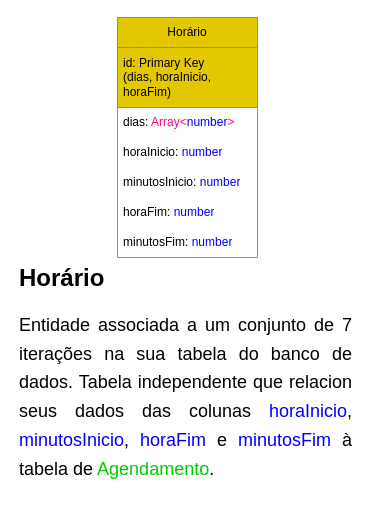
Earlier version of the draw.io diagram page "Horário" (4 of 7) of documentação/ideias/diagrama_de_projeto.drawio (Creath-Noite-A/Agendamento-Documentacao). Source tidied: cells renumbered, new cells numbered last; positions are measured from the earlier drawing's top-left corner, leaving out a move shared by most shapes. Both pictures are drawn from the tidied source at 100%, with x=0, y=0 at pixel (17, 17).
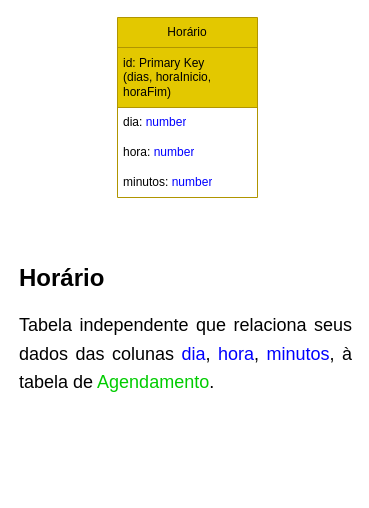
Above is the later version.

Diff of the diagram source:
```diff
@@
 <mxGraphModel>
   <root>
     <mxCell id="0" />
     <mxCell id="1" parent="0" />
     <mxCell id="2" value="Horário" style="swimlane;fontStyle=0;horizontal=1;startSize=30;whiteSpace=wrap;html=1;fillColor=#e3c800;strokeColor=#B09500;fontColor=#000000;" parent="1" vertex="1">
-      <mxGeometry x="100" width="140" height="240" as="geometry" />
+      <mxGeometry x="100" width="140" height="180" as="geometry" />
     </mxCell>
     <mxCell id="3" value="id: Primary Key (&lt;font&gt;dias&lt;/font&gt;,&amp;nbsp;&lt;font&gt;horaInicio, horaFim)&lt;/font&gt;" style="text;strokeColor=#B09500;fillColor=#e3c800;align=left;verticalAlign=middle;spacingLeft=4;spacingRight=4;overflow=hidden;whiteSpace=wrap;html=1;fontColor=#000000;" parent="2" vertex="1">
       <mxGeometry y="30" width="140" height="60" as="geometry" />
     </mxCell>
-    <mxCell id="4" value="dias: &lt;font color=&quot;#ff0080&quot;&gt;Array&amp;lt;&lt;/font&gt;&lt;font color=&quot;#0000ff&quot;&gt;number&lt;/font&gt;&lt;font color=&quot;#ff0080&quot;&gt;&amp;gt;&lt;/font&gt;" style="text;strokeColor=none;fillColor=none;align=left;verticalAlign=middle;spacingLeft=4;spacingRight=4;overflow=hidden;whiteSpace=wrap;html=1;" parent="2" vertex="1">
+    <mxCell id="4" value="dia: &lt;font color=&quot;#0000ff&quot;&gt;number&lt;/font&gt;" style="text;strokeColor=none;fillColor=none;align=left;verticalAlign=middle;spacingLeft=4;spacingRight=4;overflow=hidden;whiteSpace=wrap;html=1;" parent="2" vertex="1">
       <mxGeometry y="90" width="140" height="30" as="geometry" />
     </mxCell>
-    <mxCell id="5" value="horaInicio: &lt;font color=&quot;#0000ff&quot;&gt;number&lt;/font&gt;" style="text;strokeColor=none;fillColor=none;align=left;verticalAlign=middle;spacingLeft=4;spacingRight=4;overflow=hidden;whiteSpace=wrap;html=1;" parent="2" vertex="1">
+    <mxCell id="5" value="hora: &lt;font color=&quot;#0000ff&quot;&gt;number&lt;/font&gt;" style="text;strokeColor=none;fillColor=none;align=left;verticalAlign=middle;spacingLeft=4;spacingRight=4;overflow=hidden;whiteSpace=wrap;html=1;" parent="2" vertex="1">
       <mxGeometry y="120" width="140" height="30" as="geometry" />
     </mxCell>
-    <mxCell id="6" value="minutosInicio: &lt;font color=&quot;#0000ff&quot;&gt;number&lt;/font&gt;" style="text;strokeColor=none;fillColor=none;align=left;verticalAlign=middle;spacingLeft=4;spacingRight=4;overflow=hidden;whiteSpace=wrap;html=1;" parent="2" vertex="1">
-      <mxGeometry y="150" width="140" height="30" as="geometry" />
-    </mxCell>
-    <mxCell id="7" value="horaFim:&amp;nbsp;&lt;span style=&quot;color: rgb(0, 0, 255);&quot;&gt;number&lt;/span&gt;" style="text;strokeColor=none;fillColor=none;align=left;verticalAlign=middle;spacingLeft=4;spacingRight=4;overflow=hidden;whiteSpace=wrap;html=1;" parent="2" vertex="1">
-      <mxGeometry y="180" width="140" height="30" as="geometry" />
-    </mxCell>
-    <mxCell id="8" value="minutosFim:&amp;nbsp;&lt;span style=&quot;color: rgb(0, 0, 255);&quot;&gt;number&lt;/span&gt;" style="text;strokeColor=none;fillColor=none;align=left;verticalAlign=middle;spacingLeft=4;spacingRight=4;overflow=hidden;whiteSpace=wrap;html=1;" parent="2" vertex="1">
-      <mxGeometry y="210" width="140" height="30" as="geometry" />
+    <mxCell id="8" value="minutos:&amp;nbsp;&lt;span style=&quot;color: rgb(0, 0, 255);&quot;&gt;number&lt;/span&gt;" style="text;strokeColor=none;fillColor=none;align=left;verticalAlign=middle;spacingLeft=4;spacingRight=4;overflow=hidden;whiteSpace=wrap;html=1;" parent="2" vertex="1">
+      <mxGeometry y="150" width="140" height="30" as="geometry" />
     </mxCell>
-    <mxCell id="9" value="&lt;h1 style=&quot;text-align: justify; margin-top: 0px;&quot;&gt;&lt;span style=&quot;background-color: initial;&quot;&gt;Horário&lt;/span&gt;&lt;/h1&gt;&lt;h1 style=&quot;text-align: justify; margin-top: 0px;&quot;&gt;&lt;span style=&quot;font-size: 18px; background-color: initial; font-weight: normal;&quot;&gt;Entidade associada a um conjunto de 7 iterações na sua tabela do banco de dados. Tabela independente que relacion seus dados das colunas&amp;nbsp;&lt;font color=&quot;#0000ff&quot;&gt;horaInicio&lt;/font&gt;,&lt;font color=&quot;#0000ff&quot;&gt; minutosInicio&lt;/font&gt;, &lt;font color=&quot;#0000ff&quot;&gt;horaFim&lt;/font&gt; e &lt;font color=&quot;#0000ff&quot;&gt;minutosFim&lt;/font&gt;&amp;nbsp;à tabela de &lt;font color=&quot;#00cc00&quot;&gt;Agendamento&lt;/font&gt;.&lt;/span&gt;&lt;br&gt;&lt;/h1&gt;" style="text;html=1;whiteSpace=wrap;overflow=hidden;rounded=0;" parent="1" vertex="1">
+    <mxCell id="9" value="&lt;h1 style=&quot;text-align: justify; margin-top: 0px;&quot;&gt;&lt;span style=&quot;background-color: initial;&quot;&gt;Horário&lt;/span&gt;&lt;/h1&gt;&lt;h1 style=&quot;text-align: justify; margin-top: 0px;&quot;&gt;&lt;span style=&quot;font-size: 18px; background-color: initial; font-weight: normal;&quot;&gt;Tabela independente que relaciona seus dados das colunas &lt;font color=&quot;#0000ff&quot;&gt;dia&lt;/font&gt;,&amp;nbsp;&lt;font color=&quot;#0000ff&quot;&gt;hora&lt;/font&gt;,&lt;font color=&quot;#0000ff&quot;&gt; minutos&lt;/font&gt;,&amp;nbsp;à tabela de &lt;font color=&quot;#00cc00&quot;&gt;Agendamento&lt;/font&gt;.&lt;/span&gt;&lt;br&gt;&lt;/h1&gt;" style="text;html=1;whiteSpace=wrap;overflow=hidden;rounded=0;" parent="1" vertex="1">
       <mxGeometry y="240" width="335" height="230" as="geometry" />
     </mxCell>
   </root>
 </mxGraphModel>
```
